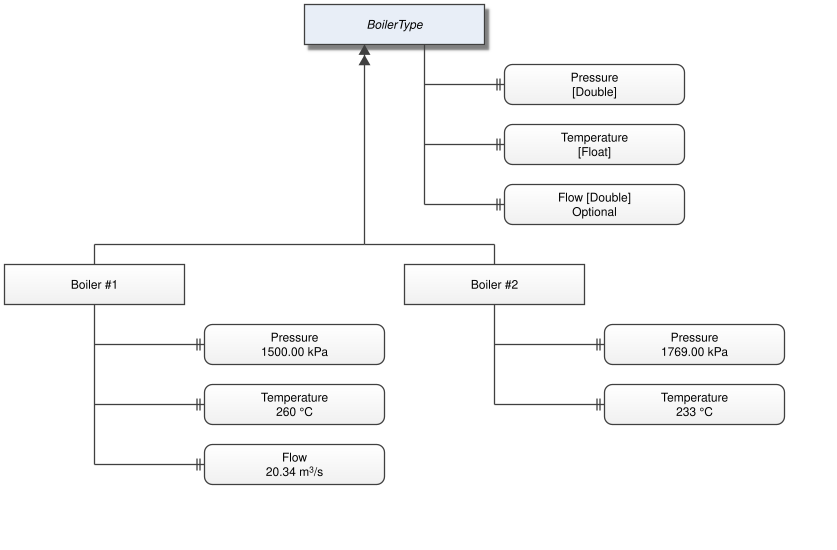
Earlier version of the PlantUML export example.png (gergap/opcdiaggen). Its source is kept beside it as example.puml.
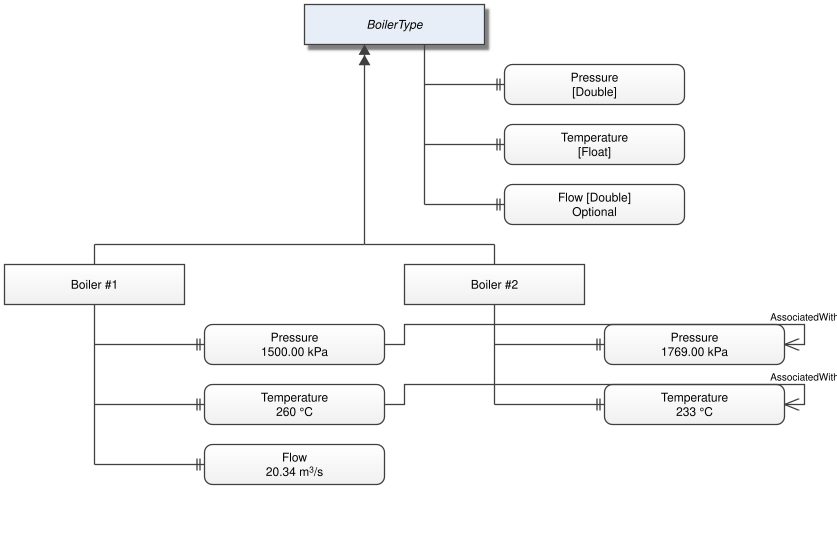
After the commit.

Change to the diagram source:
```diff
@@ -2,17 +2,20 @@
 skinparam nodeMinWidth 180
 
 * objtype "BoilerType"
-*** var "Pressure\n[Double]"
+*** var "Pressure\n[Double]" {#boilertype_pressure}
 *** var "Temperature\n[Float]"
 *** var "Flow [Double]\nOptional"
 
-** obj "Boiler #1"
-*** hasProperty var "Pressure\n1500.00 kPa"
-*** hasProperty var "Temperature\n260 °C"
+** obj "Boiler #1" {#boiler1}
+*** hasProperty var "Pressure\n1500.00 kPa" {#boiler1_pressure}
+*** hasProperty var "Temperature\n260 °C" {#boiler1_temperature}
 *** hasProperty var "Flow\n20.34 m^3/s"
 
-** obj "Boiler #2"
-*** hasProperty var "Pressure\n1769.00 kPa"
-*** hasProperty var "Temperature\n233 °C"
+** obj "Boiler #2" {#boiler2}
+*** hasProperty var "Pressure\n1769.00 kPa" {#boiler2_pressure}
+*** hasProperty var "Temperature\n233 °C" {#boiler2_temperature}
+
+ref AssociatedWith boiler1_pressure - boiler2_pressure
+ref AssociatedWith [r] boiler1_temperature - boiler2_temperature [r]
 
 @endtypesystem
```
